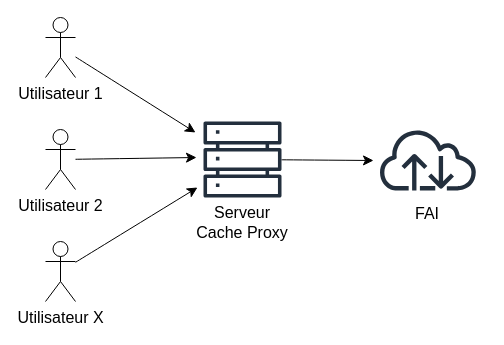
Mattieu2t/s5b01_ keeps this draw.io diagram as equipe-c/doc/images/cache-proxy.drawio. Above is the earlier version. Source tidied: cells renumbered, new cells numbered last; positions are measured from the earlier drawing's top-left corner, leaving out a move shared by most shapes. Both pictures are drawn from the tidied source at 100%, with x=0, y=0 at pixel (45, 17).
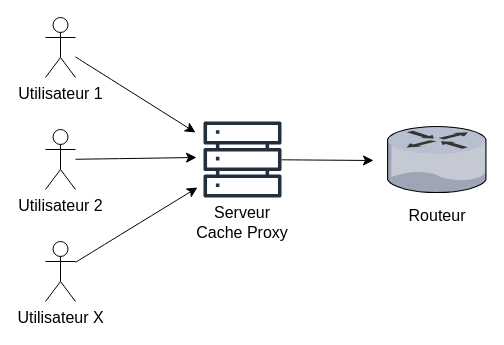
The same diagram, later.

Commit message (it also covers changes not shown here):
doc proxy + quelques modifs

The edit, as a diff of the source:
```diff
@@
 <mxGraphModel>
   <root>
     <mxCell id="0" />
     <mxCell id="1" parent="0" />
     <mxCell id="2" style="edgeStyle=none;curved=1;rounded=0;jettySize=auto;html=1;fontSize=12;startSize=8;endSize=8;" parent="1" edge="1" source="3">
       <mxGeometry relative="1" as="geometry">
         <mxPoint x="150" y="115" as="targetPoint" />
       </mxGeometry>
     </mxCell>
     <mxCell id="3" value="Utilisateur 1" style="shape=umlActor;verticalLabelPosition=bottom;verticalAlign=top;html=1;outlineConnect=0;fontSize=16;" parent="1" vertex="1">
       <mxGeometry width="30" height="60" as="geometry" />
     </mxCell>
     <mxCell id="4" style="edgeStyle=none;curved=1;rounded=0;jettySize=auto;html=1;fontSize=12;startSize=8;endSize=8;" parent="1" edge="1" source="5">
       <mxGeometry relative="1" as="geometry">
         <mxPoint x="151" y="140" as="targetPoint" />
       </mxGeometry>
     </mxCell>
     <mxCell id="5" value="Utilisateur 2" style="shape=umlActor;verticalLabelPosition=bottom;verticalAlign=top;html=1;outlineConnect=0;fontSize=16;" parent="1" vertex="1">
       <mxGeometry y="112" width="30" height="60" as="geometry" />
     </mxCell>
     <mxCell id="6" style="edgeStyle=none;curved=1;rounded=0;jettySize=auto;html=1;fontSize=12;startSize=8;endSize=8;" parent="1" edge="1" source="7">
       <mxGeometry relative="1" as="geometry">
         <mxPoint x="152" y="170" as="targetPoint" />
       </mxGeometry>
     </mxCell>
     <mxCell id="7" value="Utilisateur X" style="shape=umlActor;verticalLabelPosition=bottom;verticalAlign=top;html=1;outlineConnect=0;fontSize=16;" parent="1" vertex="1">
       <mxGeometry y="224" width="30" height="60" as="geometry" />
     </mxCell>
     <mxCell id="8" style="edgeStyle=none;curved=1;rounded=0;jettySize=auto;html=1;fontSize=12;startSize=8;endSize=8;" parent="1" edge="1" source="9">
       <mxGeometry relative="1" as="geometry">
         <mxPoint x="328" y="143" as="targetPoint" />
       </mxGeometry>
     </mxCell>
     <mxCell id="9" style="sketch=0;outlineConnect=0;fontColor=#232F3E;gradientColor=none;fillColor=#232F3D;strokeColor=none;dashed=0;verticalLabelPosition=bottom;verticalAlign=top;align=center;html=1;fontSize=12;fontStyle=0;shape=mxgraph.aws4.servers;" parent="1" vertex="1">
       <mxGeometry x="158" y="103" width="78" height="78" as="geometry" />
     </mxCell>
     <mxCell id="10" value="&lt;div&gt;Serveur&lt;/div&gt;&lt;div&gt;Cache Proxy&lt;br&gt;&lt;/div&gt;" style="text;html=1;strokeColor=none;fillColor=none;align=center;verticalAlign=middle;whiteSpace=wrap;rounded=0;fontSize=16;" parent="1" vertex="1">
       <mxGeometry x="139" y="190" width="116" height="30" as="geometry" />
     </mxCell>
-    <mxCell id="11" style="sketch=0;fontColor=#232F3E;gradientColor=none;fillColor=#232F3D;strokeColor=none;dashed=0;verticalLabelPosition=bottom;verticalAlign=top;align=center;html=1;fontSize=12;fontStyle=0;shape=mxgraph.aws4.internet;" parent="1" vertex="1">
-      <mxGeometry x="332" y="111" width="100.8" height="62" as="geometry" />
-    </mxCell>
-    <mxCell id="12" value="FAI" style="text;html=1;strokeColor=none;fillColor=none;align=center;verticalAlign=middle;whiteSpace=wrap;rounded=0;fontSize=16;" parent="1" vertex="1">
-      <mxGeometry x="352.4" y="181" width="60" height="30" as="geometry" />
+    <mxCell id="12" value="Routeur" style="text;html=1;strokeColor=none;fillColor=none;align=center;verticalAlign=middle;whiteSpace=wrap;rounded=0;fontSize=16;" parent="1" vertex="1">
+      <mxGeometry x="361.7" y="183" width="60" height="30" as="geometry" />
     </mxCell>
+    <mxCell id="13" style="verticalLabelPosition=bottom;sketch=0;html=1;verticalAlign=top;align=center;shape=mxgraph.citrix.router;" parent="1" vertex="1">
+      <mxGeometry x="342" y="109" width="99.5" height="66" as="geometry" />
+    </mxCell>
   </root>
 </mxGraphModel>
```
